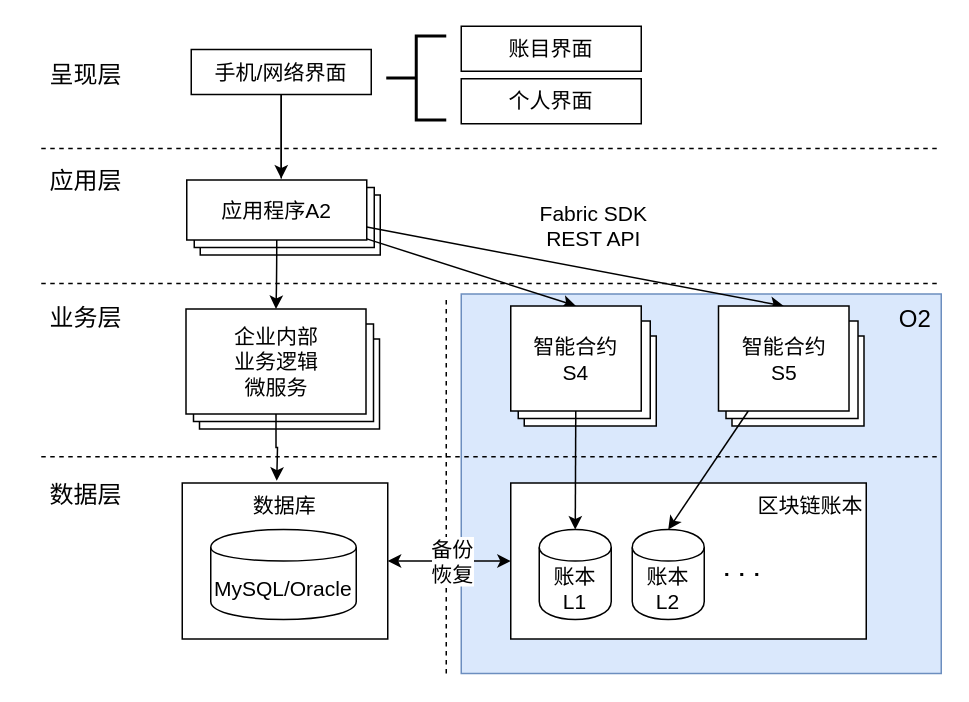
The draw.io diagram page "4.8" (8 of 10) of graduation/第四章.drawio in guanpengchn/draw.io, before the edit. Source tidied: cells renumbered, new cells numbered last; positions are measured from the earlier drawing's top-left corner, leaving out a move shared by most shapes. Both pictures are drawn from the tidied source at 150%, with x=0, y=0 at pixel (26, 26).
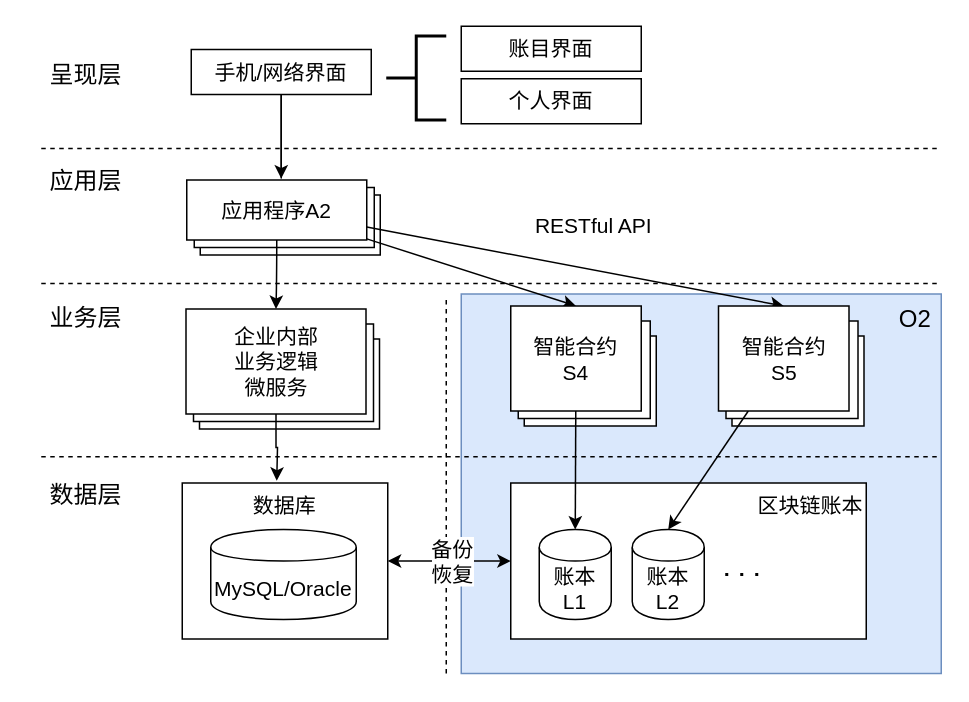
The same diagram, later.

The change refers to these unchanged cells:
```xml
<mxCell id="21" style="edgeStyle=none;rounded=0;jettySize=auto;html=1;entryX=0.5;entryY=0;entryDx=0;entryDy=0;endArrow=classic;endFill=1;strokeWidth=1;" parent="1" edge="1" source="23" target="42">
  <mxGeometry relative="1" as="geometry" />
</mxCell>
```

The edit, as a diff of the source:
```diff
@@
-    <mxCell id="22" value="&lt;font style=&quot;font-size: 14px&quot;&gt;Fabric SDK &lt;br&gt;REST API&lt;/font&gt;" style="text;html=1;align=center;verticalAlign=middle;labelBackgroundColor=#ffffff;" parent="21" vertex="1">
+    <mxCell id="22" value="&lt;font style=&quot;font-size: 14px&quot;&gt;RESTful API&lt;/font&gt;" style="text;html=1;align=center;verticalAlign=middle;labelBackgroundColor=#ffffff;" parent="21" vertex="1">
       <mxGeometry x="-0.21" y="3" relative="1" as="geometry">
         <mxPoint x="39.5" y="-19" as="offset" />
       </mxGeometry>
     </mxCell>
```
